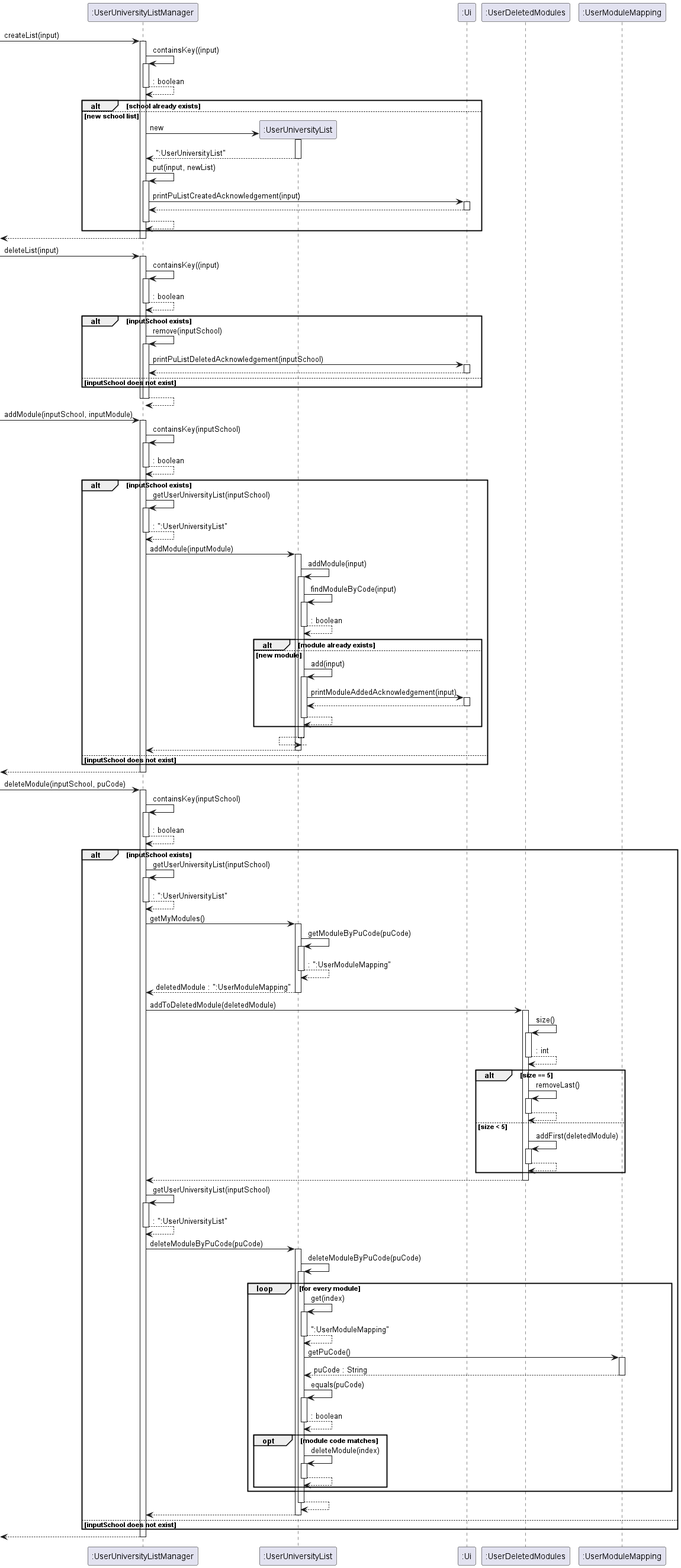
The PlantUML diagram docs/images/UserUniversityListManager_Sequence.png in nus-cs2113-AY2223S1/tp, before a commit.
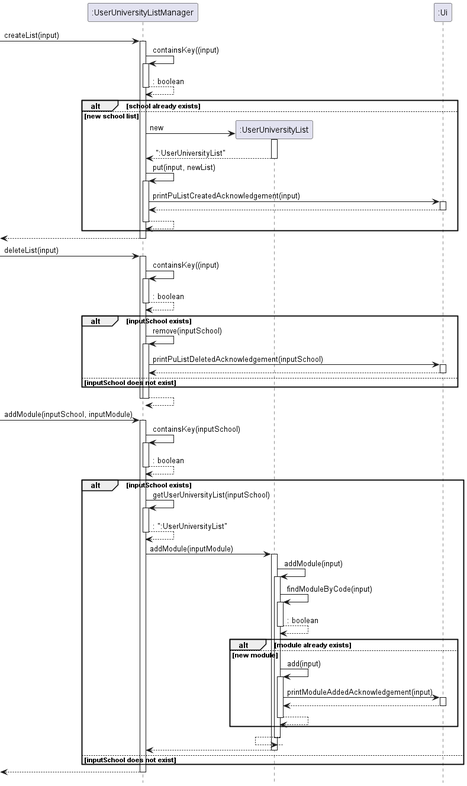
The same file after the commit.

Change to the diagram source:
```diff
@@ -1,4 +1,6 @@
 @startuml
+
+hide footbox
 
 -> ":UserUniversityListManager" : createList(input)
 activate ":UserUniversityListManager"
@@ -86,77 +88,4 @@
 return
 deactivate ":UserUniversityListManager"
 
--> ":UserUniversityListManager" : deleteModule(inputSchool, puCode)
-activate ":UserUniversityListManager"
-":UserUniversityListManager" -> ":UserUniversityListManager" : containsKey(inputSchool)
-activate ":UserUniversityListManager"
-return : boolean
-alt inputSchool exists
-    ":UserUniversityListManager" -> ":UserUniversityListManager" : getUserUniversityList(inputSchool)
-    activate ":UserUniversityListManager"
-    return : ":UserUniversityList"
-
-    ":UserUniversityListManager" -> ":UserUniversityList" : getMyModules()
-    activate ":UserUniversityList"
-
-
-    ":UserUniversityList" -> ":UserUniversityList" : getModuleByPuCode(puCode)
-    activate ":UserUniversityList"
-    return : ":UserModuleMapping"
-
-    return deletedModule : ":UserModuleMapping"
-
-    ":UserUniversityListManager" -> ":UserDeletedModules" : addToDeletedModule(deletedModule)
-    activate ":UserDeletedModules"
-    ":UserDeletedModules" -> ":UserDeletedModules" : size()
-    activate ":UserDeletedModules"
-    return : int
-        alt size == 5
-        ":UserDeletedModules" -> ":UserDeletedModules" : removeLast()
-        activate ":UserDeletedModules"
-        return
-        else size < 5
-        ":UserDeletedModules" -> ":UserDeletedModules" : addFirst(deletedModule)
-        activate ":UserDeletedModules"
-        return
-    end
-    return
-
-    ":UserUniversityListManager" -> ":UserUniversityListManager" : getUserUniversityList(inputSchool)
-    activate ":UserUniversityListManager"
-    return : ":UserUniversityList"
-
-        ":UserUniversityListManager" -> ":UserUniversityList" : deleteModuleByPuCode(puCode)
-        activate ":UserUniversityList"
-
-        ":UserUniversityList" -> ":UserUniversityList" : deleteModuleByPuCode(puCode)
-        activate ":UserUniversityList"
-        loop for every module
-        ":UserUniversityList" -> ":UserUniversityList" : get(index)
-        activate ":UserUniversityList"
-        return ":UserModuleMapping"
-        ":UserUniversityList" -> ":UserModuleMapping" : getPuCode()
-        activate ":UserModuleMapping"
-        return puCode : String
-        ":UserUniversityList" -> ":UserUniversityList" : equals(puCode)
-        activate ":UserUniversityList"
-        return : boolean
-        opt module code matches
-        ":UserUniversityList" -> ":UserUniversityList" : deleteModule(index)
-        activate ":UserUniversityList"
-        return
-        end
-
-    end
-
-    return
-
-    return
-
-
-else inputSchool does not exist
-end
-return
-deactivate ":UserUniversityListManager"
-
 @enduml
```
